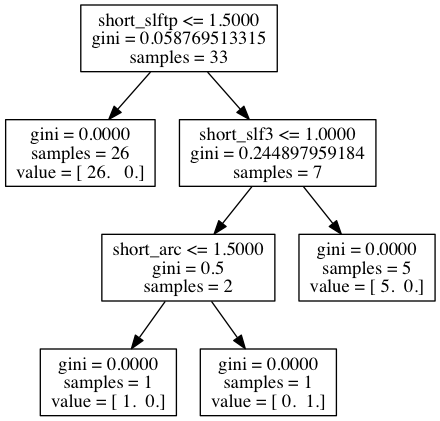
Earlier version of the Graphviz export neurosurgery_trees/shortSENSE.png (akeshavan/myscripts). Its source is kept beside it as neurosurgery_trees/shortSENSE.dot.
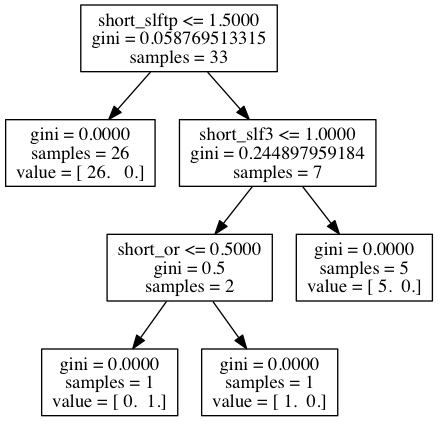
The same diagram one commit later.

What changed in the source:
```diff
@@ -4,11 +4,11 @@
 0 -> 1 ;
 2 [label="X[1] <= 1.0000\ngini = 0.244897959184\nsamples = 7", shape="box"] ;
 0 -> 2 ;
-3 [label="X[2] <= 1.5000\ngini = 0.5\nsamples = 2", shape="box"] ;
+3 [label="X[11] <= 0.5000\ngini = 0.5\nsamples = 2", shape="box"] ;
 2 -> 3 ;
-4 [label="gini = 0.0000\nsamples = 1\nvalue = [ 1.  0.]", shape="box"] ;
+4 [label="gini = 0.0000\nsamples = 1\nvalue = [ 0.  1.]", shape="box"] ;
 3 -> 4 ;
-5 [label="gini = 0.0000\nsamples = 1\nvalue = [ 0.  1.]", shape="box"] ;
+5 [label="gini = 0.0000\nsamples = 1\nvalue = [ 1.  0.]", shape="box"] ;
 3 -> 5 ;
 6 [label="gini = 0.0000\nsamples = 5\nvalue = [ 5.  0.]", shape="box"] ;
 2 -> 6 ;
```
